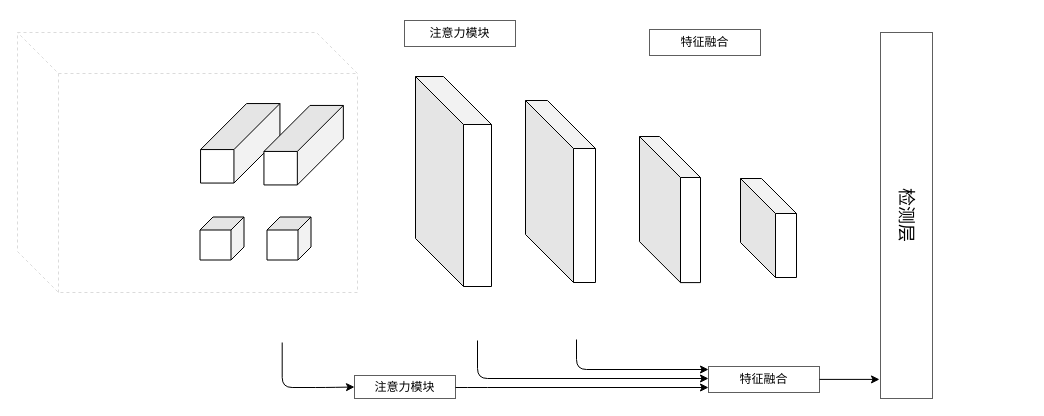
murongsina/RRT keeps this draw.io diagram as Report/MSSD.drawio. Above is the earlier version. Source tidied: cells renumbered, new cells numbered last; positions are measured from the earlier drawing's top-left corner, leaving out a move shared by most shapes. Both pictures are drawn from the tidied source at 100%, with x=0, y=0 at pixel (17, 20).
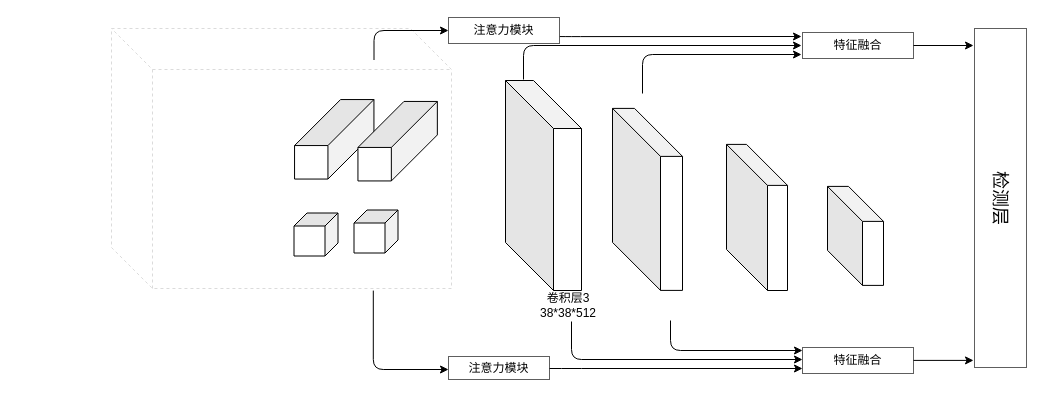
After the change.

Diff of the diagram source:
```diff
@@
     <mxCell id="2" style="shape=cube;whiteSpace=wrap;html=1;boundedLbl=1;backgroundOutline=1;darkOpacity=0.00;darkOpacity2=0.0;dashed=1;shadow=0;sketch=0;opacity=70;size=41;strokeWidth=1;fillColor=none;strokeColor=#CCCCCC;" parent="1" vertex="1">
-      <mxGeometry y="12" width="340" height="260" as="geometry" />
+      <mxGeometry x="94" y="8" width="340" height="260" as="geometry" />
     </mxCell>
     <mxCell id="3" style="shape=cube;whiteSpace=wrap;html=1;boundedLbl=1;backgroundOutline=1;darkOpacity=0.05;darkOpacity2=0.1;rotation=0;size=48;" parent="1" vertex="1">
-      <mxGeometry x="398" y="56" width="76" height="210" as="geometry" />
+      <mxGeometry x="488" y="60" width="76" height="210" as="geometry" />
     </mxCell>
     <mxCell id="4" style="shape=cube;whiteSpace=wrap;html=1;boundedLbl=1;backgroundOutline=1;darkOpacity=0.05;darkOpacity2=0.1;rotation=90;size=46;" parent="1" vertex="1">
-      <mxGeometry x="183" y="83.1" width="79.5" height="79.4" as="geometry" />
+      <mxGeometry x="277" y="79.1" width="79.5" height="79.4" as="geometry" />
     </mxCell>
     <mxCell id="5" style="shape=cube;whiteSpace=wrap;html=1;boundedLbl=1;backgroundOutline=1;darkOpacity=0.05;darkOpacity2=0.1;rotation=90;size=13;" parent="1" vertex="1">
-      <mxGeometry x="183" y="196" width="43" height="44" as="geometry" />
+      <mxGeometry x="277" y="192" width="43" height="44" as="geometry" />
     </mxCell>
     <mxCell id="6" style="shape=cube;whiteSpace=wrap;html=1;boundedLbl=1;backgroundOutline=1;darkOpacity=0.05;darkOpacity2=0.1;rotation=90;size=46;" parent="1" vertex="1">
-      <mxGeometry x="246.4" y="85" width="79.5" height="79.4" as="geometry" />
+      <mxGeometry x="340.4" y="81" width="79.5" height="79.4" as="geometry" />
     </mxCell>
     <mxCell id="7" style="shape=cube;whiteSpace=wrap;html=1;boundedLbl=1;backgroundOutline=1;darkOpacity=0.05;darkOpacity2=0.1;rotation=90;size=13;" parent="1" vertex="1">
-      <mxGeometry x="250" y="196" width="43" height="44" as="geometry" />
+      <mxGeometry x="337" y="189" width="43" height="44" as="geometry" />
     </mxCell>
     <mxCell id="8" style="shape=cube;whiteSpace=wrap;html=1;boundedLbl=1;backgroundOutline=1;darkOpacity=0.05;darkOpacity2=0.1;rotation=0;size=35;" parent="1" vertex="1">
-      <mxGeometry x="723" y="158" width="56" height="99" as="geometry" />
+      <mxGeometry x="810" y="165.9" width="56" height="99" as="geometry" />
     </mxCell>
     <mxCell id="9" style="shape=cube;whiteSpace=wrap;html=1;boundedLbl=1;backgroundOutline=1;darkOpacity=0.05;darkOpacity2=0.1;rotation=0;size=48;" parent="1" vertex="1">
-      <mxGeometry x="508" y="80" width="70" height="182" as="geometry" />
+      <mxGeometry x="595" y="87.9" width="70" height="182" as="geometry" />
     </mxCell>
     <mxCell id="10" style="shape=cube;whiteSpace=wrap;html=1;boundedLbl=1;backgroundOutline=1;darkOpacity=0.05;darkOpacity2=0.1;rotation=0;size=41;" parent="1" vertex="1">
-      <mxGeometry x="622" y="116" width="61" height="146.1" as="geometry" />
+      <mxGeometry x="709" y="123.9" width="61" height="146.1" as="geometry" />
     </mxCell>
     <mxCell id="11" value="&lt;font style=&quot;font-size: 18px&quot; face=&quot;Times New Roman&quot;&gt;检测层&lt;/font&gt;" style="rounded=0;whiteSpace=wrap;html=1;shadow=0;sketch=0;strokeWidth=1;fillColor=none;gradientColor=none;opacity=70;rotation=90;strokeColor=#1A1A1A;" parent="1" vertex="1">
-      <mxGeometry x="706" y="169" width="366" height="52" as="geometry" />
+      <mxGeometry x="813.5" y="151.5" width="339" height="52" as="geometry" />
     </mxCell>
-    <mxCell id="12" style="edgeStyle=segmentEdgeStyle;endArrow=classic;html=1;entryX=0;entryY=0.5;entryDx=0;entryDy=0;" parent="1" edge="1" target="14">
-      <mxGeometry relative="1" as="geometry">
-        <mxPoint x="264.7" y="322" as="sourcePoint" />
-        <Array as="points">
-          <mxPoint x="265" y="367" />
-          <mxPoint x="308" y="367" />
-        </Array>
-      </mxGeometry>
-    </mxCell>
     <mxCell id="13" style="edgeStyle=segmentEdgeStyle;endArrow=classic;html=1;" parent="1" edge="1">
       <mxGeometry relative="1" as="geometry">
-        <mxPoint x="460" y="320" as="sourcePoint" />
-        <mxPoint x="691" y="358" as="targetPoint" />
+        <mxPoint x="554" y="301" as="sourcePoint" />
+        <mxPoint x="785" y="339" as="targetPoint" />
         <Array as="points">
-          <mxPoint x="460" y="358" />
+          <mxPoint x="554" y="339" />
         </Array>
       </mxGeometry>
     </mxCell>
     <mxCell id="14" value="注意力模块" style="rounded=0;whiteSpace=wrap;html=1;shadow=0;sketch=0;strokeWidth=1;fillColor=none;gradientColor=none;opacity=70;strokeColor=#1A1A1A;" parent="1" vertex="1">
-      <mxGeometry x="337" y="355" width="101" height="23" as="geometry" />
+      <mxGeometry x="431" y="336" width="101" height="23" as="geometry" />
     </mxCell>
     <mxCell id="15" value="特征融合" style="rounded=0;whiteSpace=wrap;html=1;shadow=0;sketch=0;strokeWidth=1;fillColor=none;gradientColor=none;opacity=70;strokeColor=#1A1A1A;" parent="1" vertex="1">
-      <mxGeometry x="691" y="346" width="111" height="26" as="geometry" />
+      <mxGeometry x="785" y="327" width="111" height="26" as="geometry" />
     </mxCell>
     <mxCell id="16" style="edgeStyle=segmentEdgeStyle;endArrow=classic;html=1;" parent="1" edge="1">
       <mxGeometry relative="1" as="geometry">
-        <mxPoint x="559" y="319" as="sourcePoint" />
-        <mxPoint x="691" y="349" as="targetPoint" />
+        <mxPoint x="653" y="300" as="sourcePoint" />
+        <mxPoint x="785" y="330" as="targetPoint" />
         <Array as="points">
-          <mxPoint x="559" y="349" />
+          <mxPoint x="653" y="330" />
         </Array>
       </mxGeometry>
     </mxCell>
     <mxCell id="17" style="edgeStyle=segmentEdgeStyle;endArrow=classic;html=1;" parent="1" edge="1">
       <mxGeometry relative="1" as="geometry">
-        <mxPoint x="438" y="367" as="sourcePoint" />
-        <mxPoint x="691" y="367" as="targetPoint" />
+        <mxPoint x="532" y="348" as="sourcePoint" />
+        <mxPoint x="785" y="348" as="targetPoint" />
         <Array as="points">
-          <mxPoint x="460" y="367" />
+          <mxPoint x="554" y="348" />
         </Array>
       </mxGeometry>
     </mxCell>
     <mxCell id="18" style="endArrow=classic;html=1;" parent="1" edge="1">
       <mxGeometry relative="1" as="geometry">
-        <mxPoint x="802" y="358.9" as="sourcePoint" />
-        <mxPoint x="862" y="358.9" as="targetPoint" />
+        <mxPoint x="896" y="339.9" as="sourcePoint" />
+        <mxPoint x="956" y="339.9" as="targetPoint" />
       </mxGeometry>
     </mxCell>
     <mxCell id="19" value="特征融合" style="rounded=0;whiteSpace=wrap;html=1;shadow=0;sketch=0;strokeWidth=1;fillColor=none;gradientColor=none;opacity=70;strokeColor=#1A1A1A;" parent="1" vertex="1">
-      <mxGeometry x="632" y="9" width="111" height="26" as="geometry" />
+      <mxGeometry x="785" y="12" width="111" height="26" as="geometry" />
     </mxCell>
     <mxCell id="20" value="注意力模块" style="rounded=0;whiteSpace=wrap;html=1;shadow=0;sketch=0;strokeWidth=1;fillColor=none;gradientColor=none;opacity=70;strokeColor=#1A1A1A;" parent="1" vertex="1">
-      <mxGeometry x="387" width="111" height="26" as="geometry" />
+      <mxGeometry x="431" y="-3" width="111" height="26" as="geometry" />
     </mxCell>
+    <mxCell id="21" style="endArrow=classic;html=1;" parent="1" edge="1">
+      <mxGeometry relative="1" as="geometry">
+        <mxPoint x="896" y="25" as="sourcePoint" />
+        <mxPoint x="956" y="25" as="targetPoint" />
+      </mxGeometry>
+    </mxCell>
+    <mxCell id="22" style="edgeStyle=segmentEdgeStyle;endArrow=classic;html=1;" parent="1" edge="1">
+      <mxGeometry relative="1" as="geometry">
+        <mxPoint x="506" y="59" as="sourcePoint" />
+        <mxPoint x="784" y="25" as="targetPoint" />
+        <Array as="points">
+          <mxPoint x="506" y="25" />
+        </Array>
+      </mxGeometry>
+    </mxCell>
+    <mxCell id="23" style="edgeStyle=segmentEdgeStyle;endArrow=classic;html=1;" parent="1" edge="1">
+      <mxGeometry relative="1" as="geometry">
+        <mxPoint x="625" y="73" as="sourcePoint" />
+        <mxPoint x="784" y="34" as="targetPoint" />
+        <Array as="points">
+          <mxPoint x="625" y="34" />
+        </Array>
+      </mxGeometry>
+    </mxCell>
+    <mxCell id="24" value="卷积层3&lt;br&gt;38*38*512" style="text;html=1;strokeColor=none;fillColor=none;align=center;verticalAlign=middle;whiteSpace=wrap;rounded=0;shadow=0;sketch=0;opacity=70;" parent="1" vertex="1">
+      <mxGeometry x="531" y="275" width="40" height="20" as="geometry" />
+    </mxCell>
+    <mxCell id="25" style="edgeStyle=segmentEdgeStyle;endArrow=classic;html=1;exitX=1.003;exitY=0.733;exitDx=0;exitDy=0;exitPerimeter=0;" parent="1" edge="1" source="20">
+      <mxGeometry relative="1" as="geometry">
+        <mxPoint x="784" y="16" as="targetPoint" />
+        <Array as="points">
+          <mxPoint x="553" y="16" />
+        </Array>
+      </mxGeometry>
+    </mxCell>
+    <mxCell id="26" style="edgeStyle=segmentEdgeStyle;endArrow=classic;html=1;exitX=0.77;exitY=1.008;exitDx=0;exitDy=0;exitPerimeter=0;" parent="1" edge="1" source="2">
+      <mxGeometry relative="1" as="geometry">
+        <mxPoint x="431" y="349" as="targetPoint" />
+        <Array as="points">
+          <mxPoint x="356" y="349" />
+        </Array>
+      </mxGeometry>
+    </mxCell>
+    <mxCell id="27" style="edgeStyle=segmentEdgeStyle;endArrow=classic;html=1;entryX=0;entryY=0.5;entryDx=0;entryDy=0;" parent="1" edge="1" target="20">
+      <mxGeometry relative="1" as="geometry">
+        <mxPoint x="356.5" y="39.5" as="sourcePoint" />
+        <Array as="points">
+          <mxPoint x="356" y="10" />
+        </Array>
+      </mxGeometry>
+    </mxCell>
```
